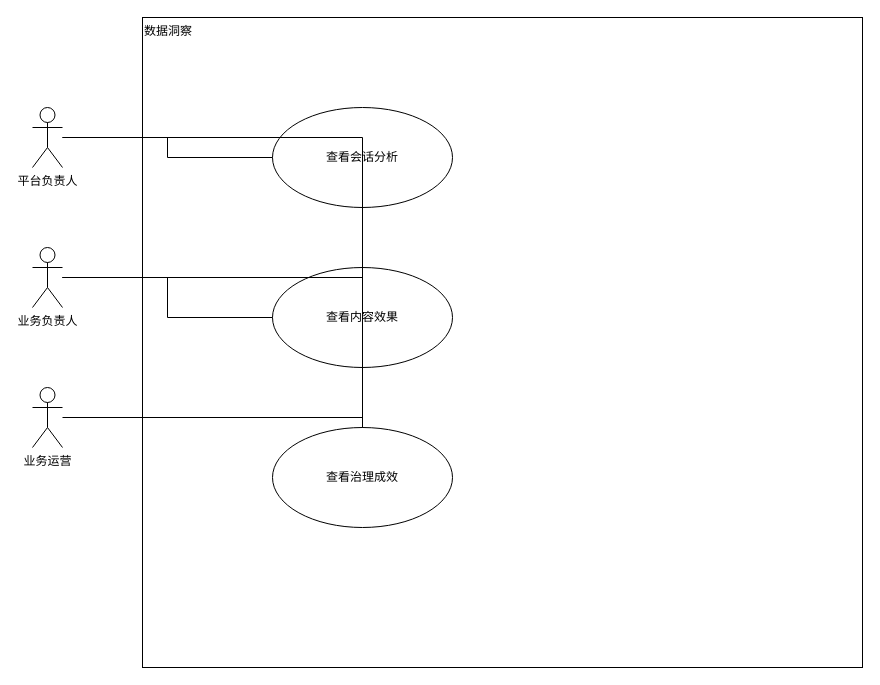
Above: page "数据洞察用例图" (8 of 26) of figure/figures.drawio in jqq04/nju-thesis-2026 (draw.io), before the change. Source tidied: cells renumbered, new cells numbered last; positions are measured from the earlier drawing's top-left corner, leaving out a move shared by most shapes. Both pictures are drawn from the tidied source at 100%, with x=0, y=0 at pixel (32, 17).
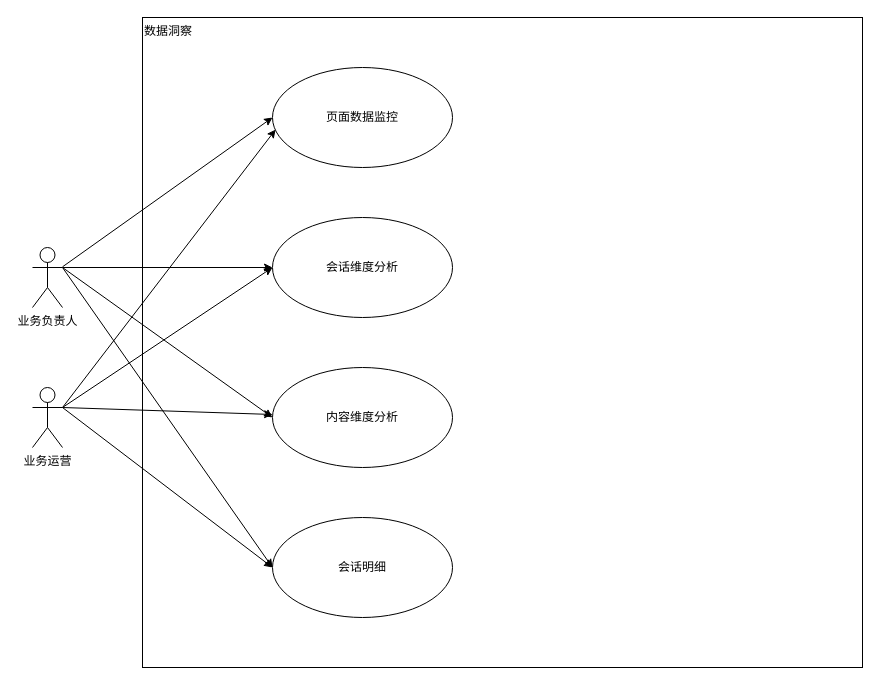
The same page after the edit.

What changed in the source:
```diff
@@
 <mxGraphModel>
   <root>
     <mxCell id="0" />
     <mxCell id="1" parent="0" />
     <mxCell id="2" value="数据洞察" style="rounded=0;whiteSpace=wrap;html=1;align=left;verticalAlign=top;" parent="1" vertex="1">
       <mxGeometry x="110" width="720" height="650" as="geometry" />
     </mxCell>
-    <mxCell id="3" value="平台负责人" style="shape=umlActor;verticalLabelPosition=bottom;verticalAlign=top;html=1;outlineConnect=0;" parent="1" vertex="1">
-      <mxGeometry y="90" width="30" height="60" as="geometry" />
-    </mxCell>
+    <mxCell id="11" style="rounded=0;jettySize=auto;html=1;exitX=1;exitY=0.3333333333333333;exitDx=0;exitDy=0;exitPerimeter=0;" parent="1" edge="1" source="4" target="7">
+      <mxGeometry relative="1" as="geometry" />
+    </mxCell>
+    <mxCell id="14" style="rounded=0;jettySize=auto;html=1;entryX=0;entryY=0.5;entryDx=0;entryDy=0;exitX=1;exitY=0.3333333333333333;exitDx=0;exitDy=0;exitPerimeter=0;" parent="1" edge="1" source="4" target="8">
+      <mxGeometry relative="1" as="geometry" />
+    </mxCell>
+    <mxCell id="15" style="rounded=0;jettySize=auto;html=1;exitX=1;exitY=0.3333333333333333;exitDx=0;exitDy=0;exitPerimeter=0;entryX=0;entryY=0.5;entryDx=0;entryDy=0;" parent="1" edge="1" source="4" target="19">
+      <mxGeometry relative="1" as="geometry" />
+    </mxCell>
     <mxCell id="4" value="业务负责人" style="shape=umlActor;verticalLabelPosition=bottom;verticalAlign=top;html=1;outlineConnect=0;" parent="1" vertex="1">
       <mxGeometry y="230" width="30" height="60" as="geometry" />
     </mxCell>
+    <mxCell id="16" style="rounded=0;jettySize=auto;html=1;exitX=1;exitY=0.3333333333333333;exitDx=0;exitDy=0;exitPerimeter=0;entryX=0.017;entryY=0.621;entryDx=0;entryDy=0;entryPerimeter=0;" parent="1" edge="1" source="5" target="6">
+      <mxGeometry relative="1" as="geometry" />
+    </mxCell>
+    <mxCell id="12" style="rounded=0;jettySize=auto;html=1;entryX=0;entryY=0.5;entryDx=0;entryDy=0;" parent="1" edge="1" source="5" target="7">
+      <mxGeometry relative="1" as="geometry" />
+    </mxCell>
+    <mxCell id="17" style="rounded=0;jettySize=auto;html=1;" parent="1" edge="1" target="8">
+      <mxGeometry relative="1" as="geometry">
+        <mxPoint x="30" y="390" as="sourcePoint" />
+      </mxGeometry>
+    </mxCell>
+    <mxCell id="18" style="rounded=0;jettySize=auto;html=1;entryX=0;entryY=0.5;entryDx=0;entryDy=0;" parent="1" edge="1" target="19">
+      <mxGeometry relative="1" as="geometry">
+        <mxPoint x="30" y="390" as="sourcePoint" />
+      </mxGeometry>
+    </mxCell>
     <mxCell id="5" value="业务运营" style="shape=umlActor;verticalLabelPosition=bottom;verticalAlign=top;html=1;outlineConnect=0;" parent="1" vertex="1">
       <mxGeometry y="370" width="30" height="60" as="geometry" />
     </mxCell>
-    <mxCell id="6" value="查看会话分析" style="ellipse;whiteSpace=wrap;html=1;" parent="1" vertex="1">
-      <mxGeometry x="240" y="90" width="180" height="100" as="geometry" />
+    <mxCell id="6" value="页面数据监控" style="ellipse;whiteSpace=wrap;html=1;" parent="1" vertex="1">
+      <mxGeometry x="240" y="50" width="180" height="100" as="geometry" />
     </mxCell>
-    <mxCell id="7" value="查看内容效果" style="ellipse;whiteSpace=wrap;html=1;" parent="1" vertex="1">
-      <mxGeometry x="240" y="250" width="180" height="100" as="geometry" />
+    <mxCell id="7" value="会话维度分析" style="ellipse;whiteSpace=wrap;html=1;" parent="1" vertex="1">
+      <mxGeometry x="240" y="200" width="180" height="100" as="geometry" />
     </mxCell>
-    <mxCell id="8" value="查看治理成效" style="ellipse;whiteSpace=wrap;html=1;" parent="1" vertex="1">
-      <mxGeometry x="240" y="410" width="180" height="100" as="geometry" />
+    <mxCell id="8" value="内容维度分析" style="ellipse;whiteSpace=wrap;html=1;" parent="1" vertex="1">
+      <mxGeometry x="240" y="350" width="180" height="100" as="geometry" />
     </mxCell>
-    <mxCell id="9" style="endArrow=none;html=1;rounded=0;edgeStyle=orthogonalEdgeStyle;" parent="1" edge="1" source="3" target="6">
-      <mxGeometry relative="1" as="geometry" />
-    </mxCell>
+    <mxCell id="19" value="会话明细" style="ellipse;whiteSpace=wrap;html=1;" parent="1" vertex="1">
+      <mxGeometry x="240" y="500" width="180" height="100" as="geometry" />
+    </mxCell>
-    <mxCell id="10" style="endArrow=none;html=1;rounded=0;edgeStyle=orthogonalEdgeStyle;" parent="1" edge="1" source="4" target="6">
+    <mxCell id="10" style="rounded=0;jettySize=auto;html=1;entryX=0;entryY=0.5;entryDx=0;entryDy=0;" parent="1" edge="1" source="4" target="6">
       <mxGeometry relative="1" as="geometry" />
     </mxCell>
-    <mxCell id="11" style="endArrow=none;html=1;rounded=0;edgeStyle=orthogonalEdgeStyle;" parent="1" edge="1" source="4" target="7">
-      <mxGeometry relative="1" as="geometry" />
-    </mxCell>
-    <mxCell id="12" style="endArrow=none;html=1;rounded=0;edgeStyle=orthogonalEdgeStyle;" parent="1" edge="1" source="5" target="7">
-      <mxGeometry relative="1" as="geometry" />
-    </mxCell>
-    <mxCell id="13" style="endArrow=none;html=1;rounded=0;edgeStyle=orthogonalEdgeStyle;" parent="1" edge="1" source="3" target="8">
-      <mxGeometry relative="1" as="geometry" />
-    </mxCell>
-    <mxCell id="14" style="endArrow=none;html=1;rounded=0;edgeStyle=orthogonalEdgeStyle;" parent="1" edge="1" source="4" target="8">
-      <mxGeometry relative="1" as="geometry" />
-    </mxCell>
   </root>
 </mxGraphModel>
```
